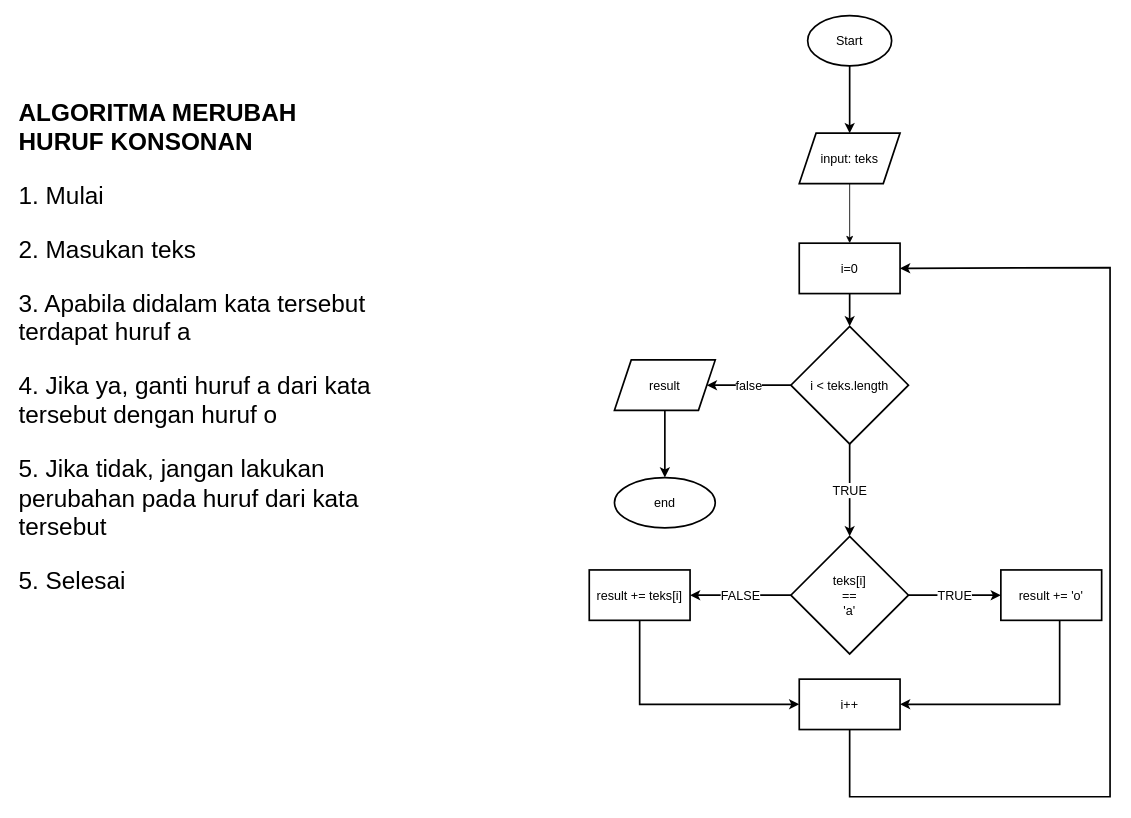
Before: flowchart-konsonan.drawio in rioprayoga23/fw12-javascript-1, a draw.io diagram. Source tidied: cells renumbered, new cells numbered last; positions are measured from the earlier drawing's top-left corner, leaving out a move shared by most shapes. Both pictures are drawn from the tidied source at 84%, with x=0, y=0 at pixel (14, 15).
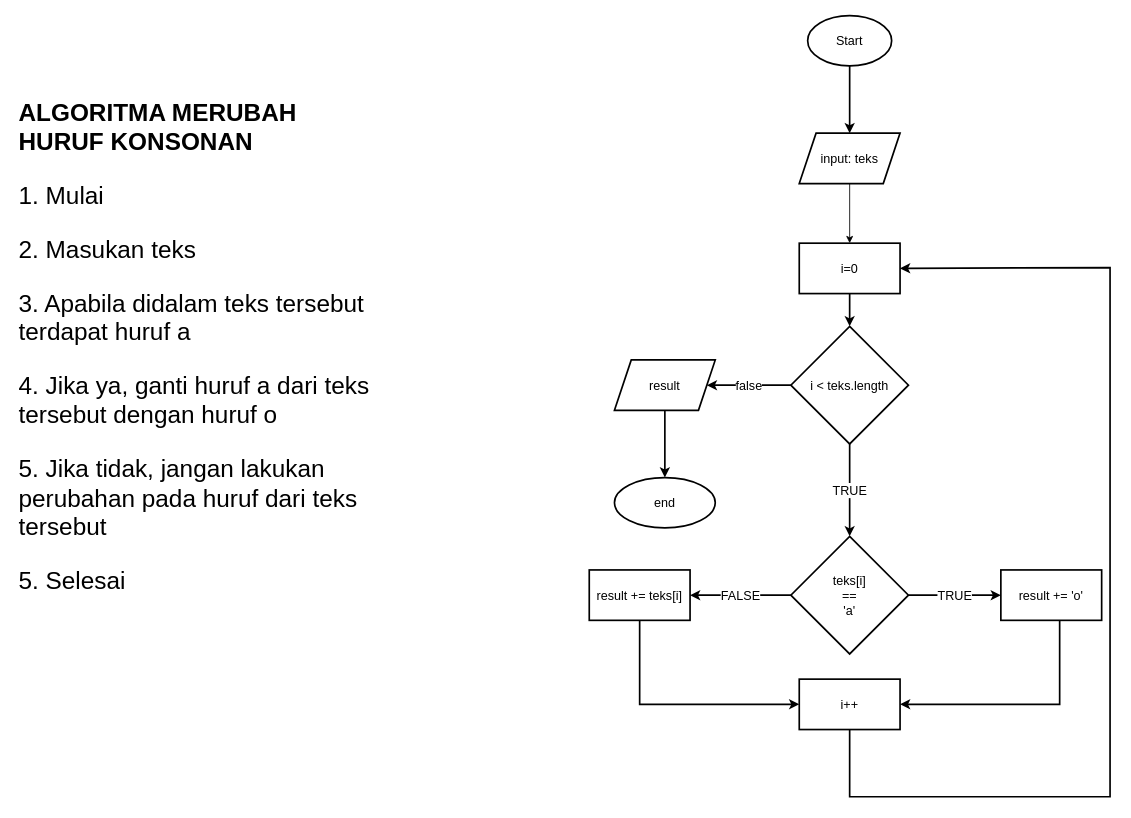
The same diagram, later.

The edit, as a diff of the source:
```diff
@@
-    <mxCell id="2" value="&lt;h1 style=&quot;font-size: 29px;&quot;&gt;&lt;font style=&quot;font-size: 29px;&quot;&gt;ALGORITMA MERUBAH HURUF KONSONAN&lt;/font&gt;&lt;/h1&gt;&lt;p style=&quot;font-size: 29px;&quot;&gt;&lt;font style=&quot;font-size: 29px;&quot;&gt;1. Mulai&lt;/font&gt;&lt;/p&gt;&lt;p style=&quot;font-size: 29px;&quot;&gt;&lt;font style=&quot;font-size: 29px;&quot;&gt;2. Masukan teks&lt;/font&gt;&lt;/p&gt;&lt;p style=&quot;font-size: 29px;&quot;&gt;&lt;font style=&quot;font-size: 29px;&quot;&gt;3. Apabila didalam kata tersebut terdapat huruf a&lt;/font&gt;&lt;/p&gt;&lt;p style=&quot;font-size: 29px;&quot;&gt;&lt;font style=&quot;font-size: 29px;&quot;&gt;4. Jika ya, ganti huruf a dari kata tersebut dengan huruf o&lt;/font&gt;&lt;/p&gt;&lt;p style=&quot;font-size: 29px;&quot;&gt;&lt;font style=&quot;font-size: 29px;&quot;&gt;5. Jika tidak, jangan lakukan perubahan pada huruf dari kata tersebut&lt;/font&gt;&lt;/p&gt;&lt;p style=&quot;font-size: 29px;&quot;&gt;&lt;font style=&quot;font-size: 29px;&quot;&gt;5. Selesai&lt;/font&gt;&lt;/p&gt;" style="text;html=1;strokeColor=none;fillColor=none;spacing=5;spacingTop=-20;whiteSpace=wrap;overflow=hidden;rounded=0;" parent="1" vertex="1">
+    <mxCell id="2" value="&lt;h1 style=&quot;font-size: 29px;&quot;&gt;&lt;font style=&quot;font-size: 29px;&quot;&gt;ALGORITMA MERUBAH HURUF KONSONAN&lt;/font&gt;&lt;/h1&gt;&lt;p style=&quot;font-size: 29px;&quot;&gt;&lt;font style=&quot;font-size: 29px;&quot;&gt;1. Mulai&lt;/font&gt;&lt;/p&gt;&lt;p style=&quot;font-size: 29px;&quot;&gt;&lt;font style=&quot;font-size: 29px;&quot;&gt;2. Masukan teks&lt;/font&gt;&lt;/p&gt;&lt;p style=&quot;font-size: 29px;&quot;&gt;&lt;font style=&quot;font-size: 29px;&quot;&gt;3. Apabila didalam teks tersebut terdapat huruf a&lt;/font&gt;&lt;/p&gt;&lt;p style=&quot;font-size: 29px;&quot;&gt;&lt;font style=&quot;font-size: 29px;&quot;&gt;4. Jika ya, ganti huruf a dari teks tersebut dengan huruf o&lt;/font&gt;&lt;/p&gt;&lt;p style=&quot;font-size: 29px;&quot;&gt;&lt;font style=&quot;font-size: 29px;&quot;&gt;5. Jika tidak, jangan lakukan perubahan pada huruf dari teks tersebut&lt;/font&gt;&lt;/p&gt;&lt;p style=&quot;font-size: 29px;&quot;&gt;&lt;font style=&quot;font-size: 29px;&quot;&gt;5. Selesai&lt;/font&gt;&lt;/p&gt;" style="text;html=1;strokeColor=none;fillColor=none;spacing=5;spacingTop=-20;whiteSpace=wrap;overflow=hidden;rounded=0;" parent="1" vertex="1">
       <mxGeometry y="90" width="427.5" height="620" as="geometry" />
     </mxCell>
```
